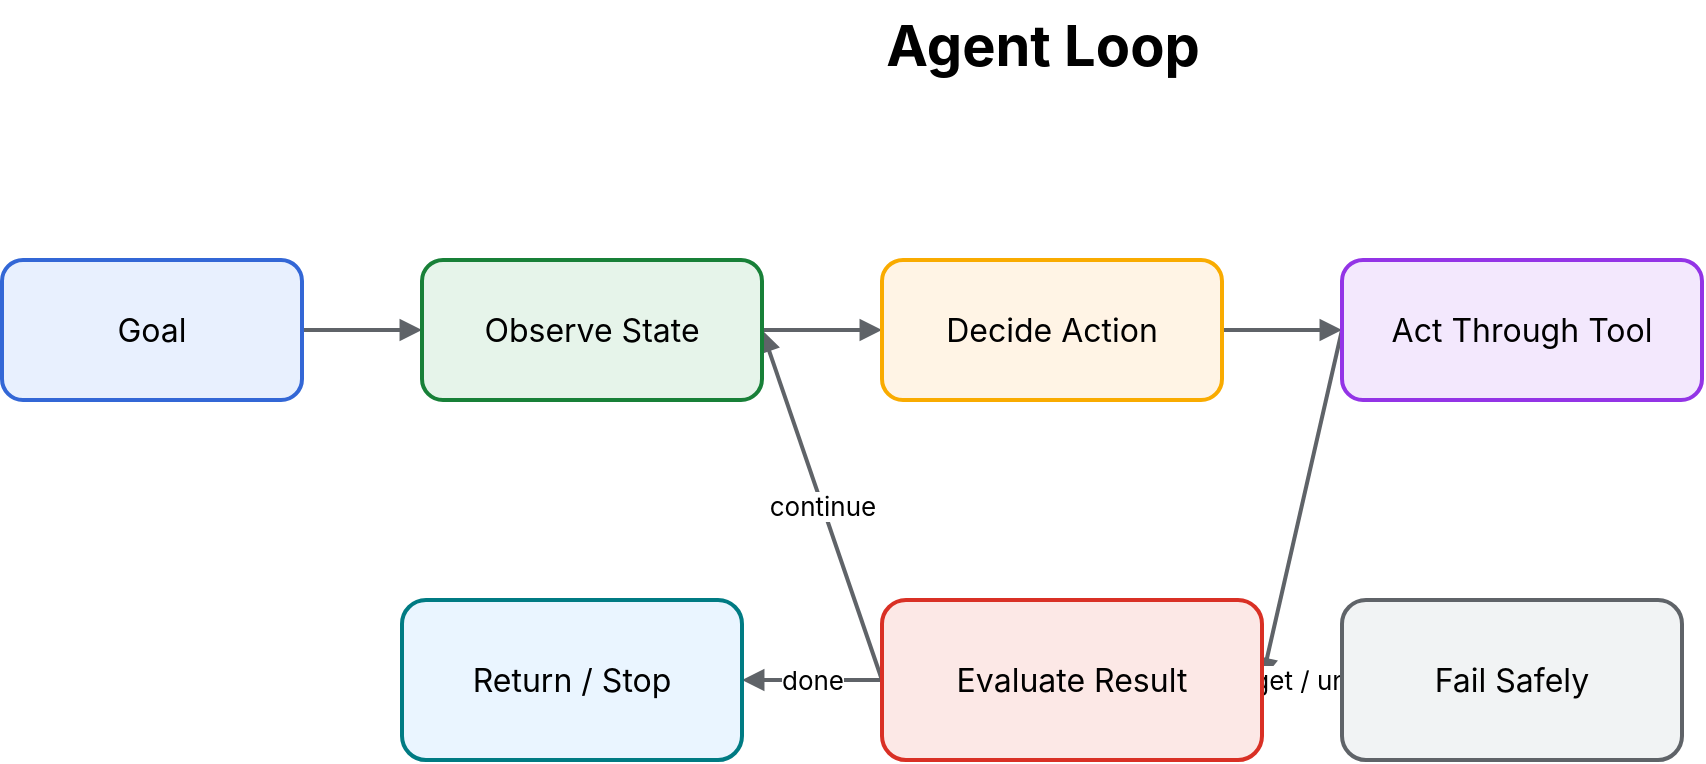
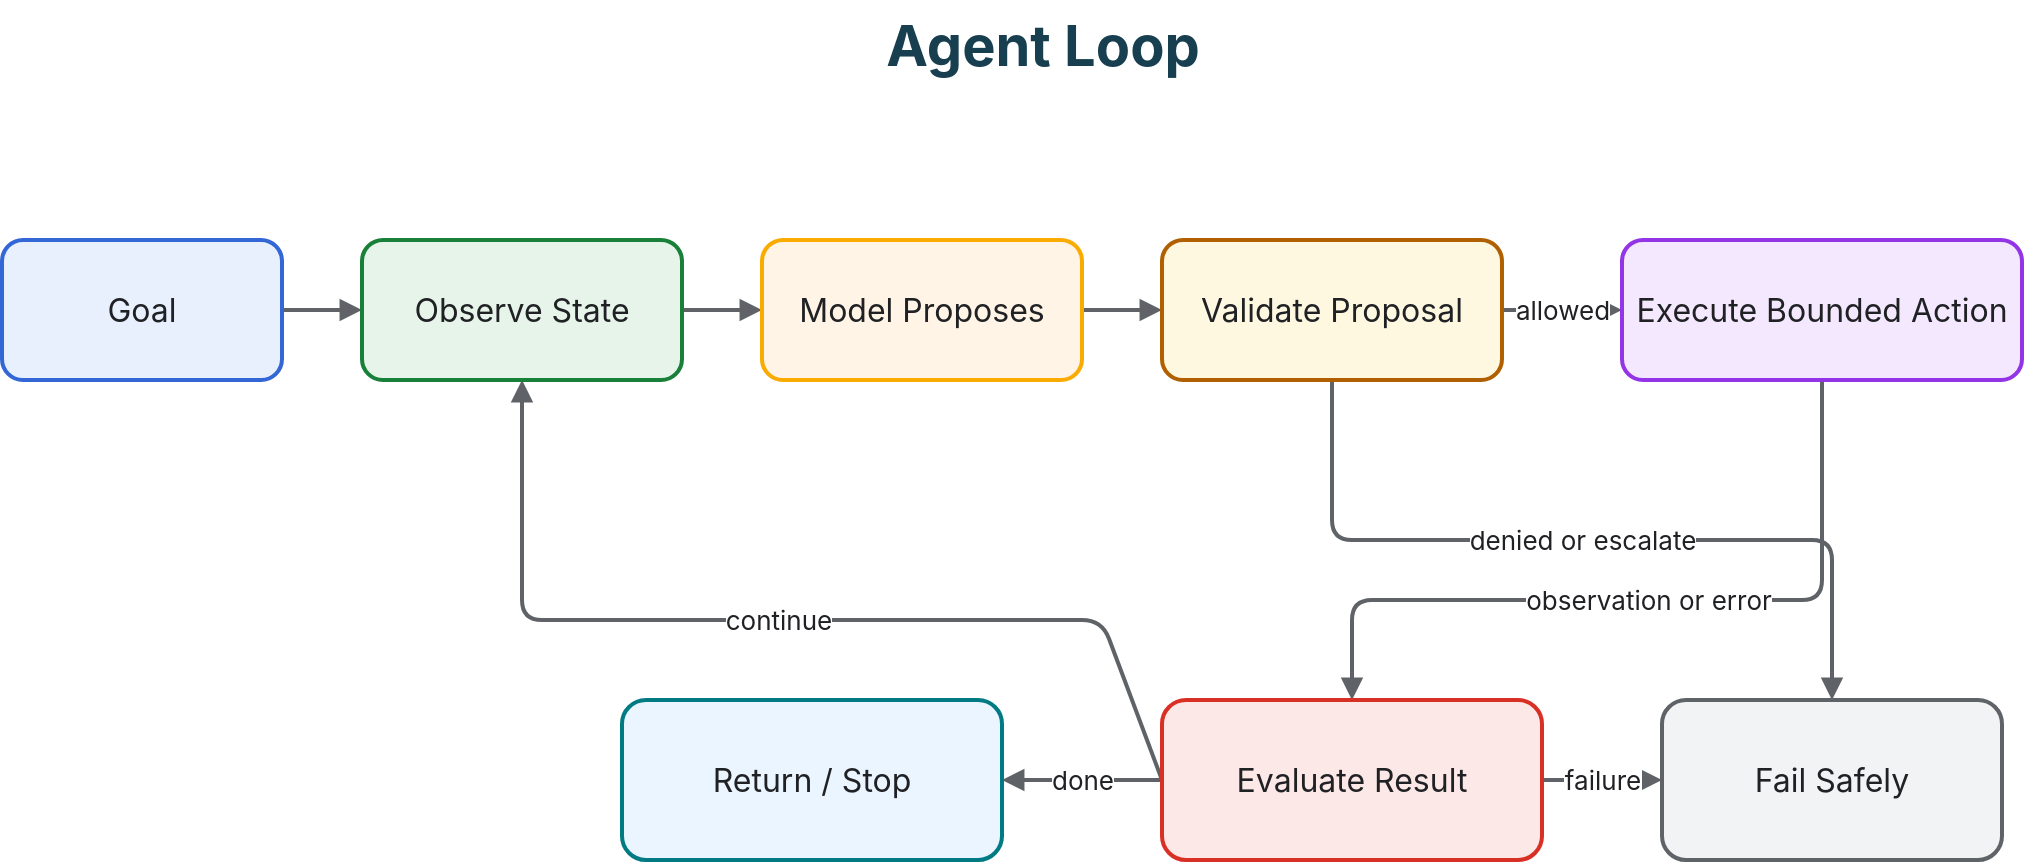
<mxfile host="app.diagrams.net" modified="2026-06-16T00:00:00.000Z" agent="Codex" version="24.7.17">
  <diagram id="agent-loop" name="Agent Loop">
-     <mxGraphModel dx="1200" dy="800" grid="1" gridSize="10" page="1" pageWidth="1120" pageHeight="520" defaultFontFamily="Inter">
+     <mxGraphModel dx="1200" dy="800" grid="1" gridSize="10" page="1" pageWidth="1120" pageHeight="560" defaultFontFamily="Inter">
      <root>
        <mxCell id="0"/>
        <mxCell id="1" parent="0"/>
-         <mxCell id="title" value="Agent Loop" style="text;html=1;fontSize=28;fontStyle=1;fontFamily=Inter;strokeColor=none;fillColor=none;align=center;" vertex="1" parent="1"><mxGeometry x="320" y="20" width="520" height="40" as="geometry"/></mxCell>
-         <mxCell id="arrow0" style="endArrow=block;html=1;strokeWidth=2;strokeColor=#5F6368;fontFamily=Inter;fontSize=13;" edge="1" parent="1"><mxGeometry relative="1" as="geometry"><mxPoint x="210" y="185" as="sourcePoint"/><mxPoint x="270" y="185" as="targetPoint"/></mxGeometry></mxCell>
-         <mxCell id="arrow1" style="endArrow=block;html=1;strokeWidth=2;strokeColor=#5F6368;fontFamily=Inter;fontSize=13;" edge="1" parent="1"><mxGeometry relative="1" as="geometry"><mxPoint x="440" y="185" as="sourcePoint"/><mxPoint x="500" y="185" as="targetPoint"/></mxGeometry></mxCell>
-         <mxCell id="arrow2" style="endArrow=block;html=1;strokeWidth=2;strokeColor=#5F6368;fontFamily=Inter;fontSize=13;" edge="1" parent="1"><mxGeometry relative="1" as="geometry"><mxPoint x="670" y="185" as="sourcePoint"/><mxPoint x="730" y="185" as="targetPoint"/></mxGeometry></mxCell>
-         <mxCell id="arrow3" style="endArrow=block;html=1;strokeWidth=2;strokeColor=#5F6368;fontFamily=Inter;fontSize=13;" edge="1" parent="1"><mxGeometry relative="1" as="geometry"><mxPoint x="730" y="185" as="sourcePoint"/><mxPoint x="690" y="360" as="targetPoint"/></mxGeometry></mxCell>
-         <mxCell id="arrow4" value="continue" style="endArrow=block;html=1;strokeWidth=2;strokeColor=#5F6368;fontFamily=Inter;fontSize=13;" edge="1" parent="1"><mxGeometry relative="1" as="geometry"><mxPoint x="500" y="360" as="sourcePoint"/><mxPoint x="440" y="185" as="targetPoint"/></mxGeometry></mxCell>
-         <mxCell id="arrow5" value="done" style="endArrow=block;html=1;strokeWidth=2;strokeColor=#5F6368;fontFamily=Inter;fontSize=13;" edge="1" parent="1"><mxGeometry relative="1" as="geometry"><mxPoint x="500" y="360" as="sourcePoint"/><mxPoint x="430" y="360" as="targetPoint"/></mxGeometry></mxCell>
-         <mxCell id="arrow6" value="budget / unsafe" style="endArrow=block;html=1;strokeWidth=2;strokeColor=#5F6368;fontFamily=Inter;fontSize=13;" edge="1" parent="1"><mxGeometry relative="1" as="geometry"><mxPoint x="690" y="360" as="sourcePoint"/><mxPoint x="730" y="360" as="targetPoint"/></mxGeometry></mxCell>
-         <mxCell id="goal" value="Goal" style="rounded=1;whiteSpace=wrap;html=1;fontSize=16;fontFamily=Inter;fillColor=#E8F0FE;strokeColor=#3367D6;strokeWidth=2;" vertex="1" parent="1"><mxGeometry x="60" y="150" width="150" height="70" as="geometry"/></mxCell>
-         <mxCell id="observe" value="Observe State" style="rounded=1;whiteSpace=wrap;html=1;fontSize=16;fontFamily=Inter;fillColor=#E6F4EA;strokeColor=#188038;strokeWidth=2;" vertex="1" parent="1"><mxGeometry x="270" y="150" width="170" height="70" as="geometry"/></mxCell>
-         <mxCell id="decide" value="Decide Action" style="rounded=1;whiteSpace=wrap;html=1;fontSize=16;fontFamily=Inter;fillColor=#FFF4E5;strokeColor=#F9AB00;strokeWidth=2;" vertex="1" parent="1"><mxGeometry x="500" y="150" width="170" height="70" as="geometry"/></mxCell>
-         <mxCell id="act" value="Act Through Tool" style="rounded=1;whiteSpace=wrap;html=1;fontSize=16;fontFamily=Inter;fillColor=#F3E8FD;strokeColor=#9334E6;strokeWidth=2;" vertex="1" parent="1"><mxGeometry x="730" y="150" width="180" height="70" as="geometry"/></mxCell>
-         <mxCell id="eval" value="Evaluate Result" style="rounded=1;whiteSpace=wrap;html=1;fontSize=16;fontFamily=Inter;fillColor=#FCE8E6;strokeColor=#D93025;strokeWidth=2;" vertex="1" parent="1"><mxGeometry x="500" y="320" width="190" height="80" as="geometry"/></mxCell>
-         <mxCell id="done" value="Return / Stop" style="rounded=1;whiteSpace=wrap;html=1;fontSize=16;fontFamily=Inter;fillColor=#EAF5FF;strokeColor=#007B83;strokeWidth=2;" vertex="1" parent="1"><mxGeometry x="260" y="320" width="170" height="80" as="geometry"/></mxCell>
-         <mxCell id="fail" value="Fail Safely" style="rounded=1;whiteSpace=wrap;html=1;fontSize=16;fontFamily=Inter;fillColor=#F1F3F4;strokeColor=#5F6368;strokeWidth=2;" vertex="1" parent="1"><mxGeometry x="730" y="320" width="170" height="80" as="geometry"/></mxCell>
+         <mxCell id="title" value="Agent Loop" style="text;html=1;fontSize=28;fontStyle=1;fontFamily=Inter;fontColor=#173F4F;strokeColor=none;fillColor=#FFFFFF;rounded=1;align=center;" vertex="1" parent="1"><mxGeometry x="440" y="20" width="240" height="40" as="geometry"/></mxCell>
+         <mxCell id="arrow0" style="endArrow=block;html=1;strokeWidth=2;strokeColor=#5F6368;fontFamily=Inter;fontSize=13;" edge="1" parent="1"><mxGeometry relative="1" as="geometry"><mxPoint x="180" y="175" as="sourcePoint"/><mxPoint x="220" y="175" as="targetPoint"/></mxGeometry></mxCell>
+         <mxCell id="arrow1" style="endArrow=block;html=1;strokeWidth=2;strokeColor=#5F6368;fontFamily=Inter;fontSize=13;" edge="1" parent="1"><mxGeometry relative="1" as="geometry"><mxPoint x="380" y="175" as="sourcePoint"/><mxPoint x="420" y="175" as="targetPoint"/></mxGeometry></mxCell>
+         <mxCell id="arrow2" style="endArrow=block;html=1;strokeWidth=2;strokeColor=#5F6368;fontFamily=Inter;fontSize=13;" edge="1" parent="1"><mxGeometry relative="1" as="geometry"><mxPoint x="580" y="175" as="sourcePoint"/><mxPoint x="620" y="175" as="targetPoint"/></mxGeometry></mxCell>
+         <mxCell id="arrow3" value="allowed" style="endArrow=block;html=1;strokeWidth=2;strokeColor=#5F6368;fontColor=#202124;labelBackgroundColor=#FFFFFF;fontFamily=Inter;fontSize=13;" edge="1" parent="1"><mxGeometry relative="1" as="geometry"><mxPoint x="790" y="175" as="sourcePoint"/><mxPoint x="850" y="175" as="targetPoint"/></mxGeometry></mxCell>
+         <mxCell id="arrow7" value="denied or escalate" style="endArrow=block;html=1;strokeWidth=2;strokeColor=#5F6368;fontColor=#202124;labelBackgroundColor=#FFFFFF;fontFamily=Inter;fontSize=13;" edge="1" parent="1"><mxGeometry relative="1" as="geometry"><mxPoint x="705" y="210" as="sourcePoint"/><mxPoint x="955" y="370" as="targetPoint"/><Array as="points"><mxPoint x="705" y="290"/><mxPoint x="955" y="290"/></Array></mxGeometry></mxCell>
+         <mxCell id="arrow8" value="observation or error" style="endArrow=block;html=1;strokeWidth=2;strokeColor=#5F6368;fontColor=#202124;labelBackgroundColor=#FFFFFF;fontFamily=Inter;fontSize=13;" edge="1" parent="1"><mxGeometry relative="1" as="geometry"><mxPoint x="950" y="210" as="sourcePoint"/><mxPoint x="715" y="370" as="targetPoint"/><Array as="points"><mxPoint x="950" y="320"/><mxPoint x="715" y="320"/></Array></mxGeometry></mxCell>
+         <mxCell id="arrow4" value="continue" style="endArrow=block;html=1;strokeWidth=2;strokeColor=#5F6368;fontColor=#202124;labelBackgroundColor=#FFFFFF;fontFamily=Inter;fontSize=13;" edge="1" parent="1"><mxGeometry relative="1" as="geometry"><mxPoint x="620" y="410" as="sourcePoint"/><mxPoint x="300" y="210" as="targetPoint"/><Array as="points"><mxPoint x="590" y="330"/><mxPoint x="300" y="330"/></Array></mxGeometry></mxCell>
+         <mxCell id="arrow5" value="done" style="endArrow=block;html=1;strokeWidth=2;strokeColor=#5F6368;fontColor=#202124;labelBackgroundColor=#FFFFFF;fontFamily=Inter;fontSize=13;" edge="1" parent="1"><mxGeometry relative="1" as="geometry"><mxPoint x="620" y="410" as="sourcePoint"/><mxPoint x="540" y="410" as="targetPoint"/></mxGeometry></mxCell>
+         <mxCell id="arrow6" value="failure" style="endArrow=block;html=1;strokeWidth=2;strokeColor=#5F6368;fontColor=#202124;labelBackgroundColor=#FFFFFF;fontFamily=Inter;fontSize=13;" edge="1" parent="1"><mxGeometry relative="1" as="geometry"><mxPoint x="810" y="410" as="sourcePoint"/><mxPoint x="870" y="410" as="targetPoint"/></mxGeometry></mxCell>
+         <mxCell id="goal" value="Goal" style="rounded=1;whiteSpace=wrap;html=1;fontSize=16;fontFamily=Inter;fontColor=#202124;fillColor=#E8F0FE;strokeColor=#3367D6;strokeWidth=2;" vertex="1" parent="1"><mxGeometry x="40" y="140" width="140" height="70" as="geometry"/></mxCell>
+         <mxCell id="observe" value="Observe State" style="rounded=1;whiteSpace=wrap;html=1;fontSize=16;fontFamily=Inter;fontColor=#202124;fillColor=#E6F4EA;strokeColor=#188038;strokeWidth=2;" vertex="1" parent="1"><mxGeometry x="220" y="140" width="160" height="70" as="geometry"/></mxCell>
+         <mxCell id="decide" value="Model Proposes" style="rounded=1;whiteSpace=wrap;html=1;fontSize=16;fontFamily=Inter;fontColor=#202124;fillColor=#FFF4E5;strokeColor=#F9AB00;strokeWidth=2;" vertex="1" parent="1"><mxGeometry x="420" y="140" width="160" height="70" as="geometry"/></mxCell>
+         <mxCell id="validate" value="Validate Proposal" style="rounded=1;whiteSpace=wrap;html=1;fontSize=16;fontFamily=Inter;fontColor=#202124;fillColor=#FFF8E1;strokeColor=#B06000;strokeWidth=2;" vertex="1" parent="1"><mxGeometry x="620" y="140" width="170" height="70" as="geometry"/></mxCell>
+         <mxCell id="act" value="Execute Bounded Action" style="rounded=1;whiteSpace=wrap;html=1;fontSize=16;fontFamily=Inter;fontColor=#202124;fillColor=#F3E8FD;strokeColor=#9334E6;strokeWidth=2;" vertex="1" parent="1"><mxGeometry x="850" y="140" width="200" height="70" as="geometry"/></mxCell>
+         <mxCell id="eval" value="Evaluate Result" style="rounded=1;whiteSpace=wrap;html=1;fontSize=16;fontFamily=Inter;fontColor=#202124;fillColor=#FCE8E6;strokeColor=#D93025;strokeWidth=2;" vertex="1" parent="1"><mxGeometry x="620" y="370" width="190" height="80" as="geometry"/></mxCell>
+         <mxCell id="done" value="Return / Stop" style="rounded=1;whiteSpace=wrap;html=1;fontSize=16;fontFamily=Inter;fontColor=#202124;fillColor=#EAF5FF;strokeColor=#007B83;strokeWidth=2;" vertex="1" parent="1"><mxGeometry x="350" y="370" width="190" height="80" as="geometry"/></mxCell>
+         <mxCell id="fail" value="Fail Safely" style="rounded=1;whiteSpace=wrap;html=1;fontSize=16;fontFamily=Inter;fontColor=#202124;fillColor=#F1F3F4;strokeColor=#5F6368;strokeWidth=2;" vertex="1" parent="1"><mxGeometry x="870" y="370" width="170" height="80" as="geometry"/></mxCell>
      </root>
    </mxGraphModel>
  </diagram>
</mxfile>
